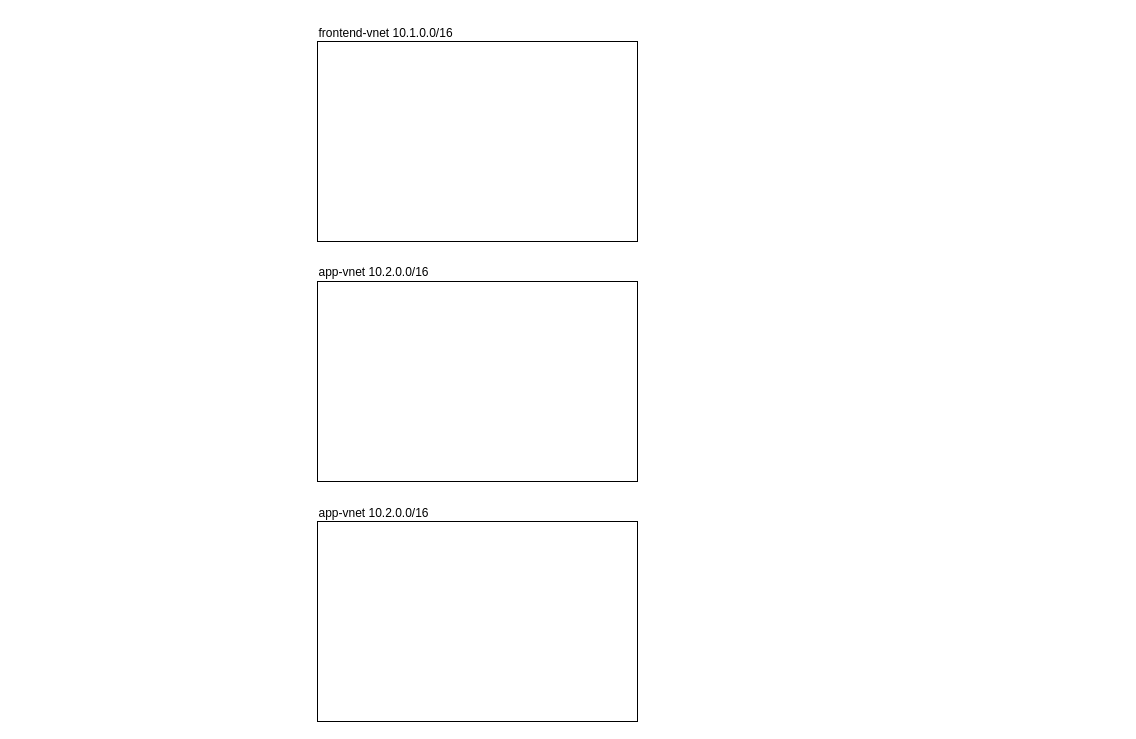
Before: az_lb_App_3layers.drawio in CallmeVRM/azure-LB02, a draw.io diagram. Source tidied: cells renumbered, new cells numbered last; positions are measured from the earlier drawing's top-left corner, leaving out a move shared by most shapes. Both pictures are drawn from the tidied source at 100%, with x=0, y=0 at pixel (305, 18).
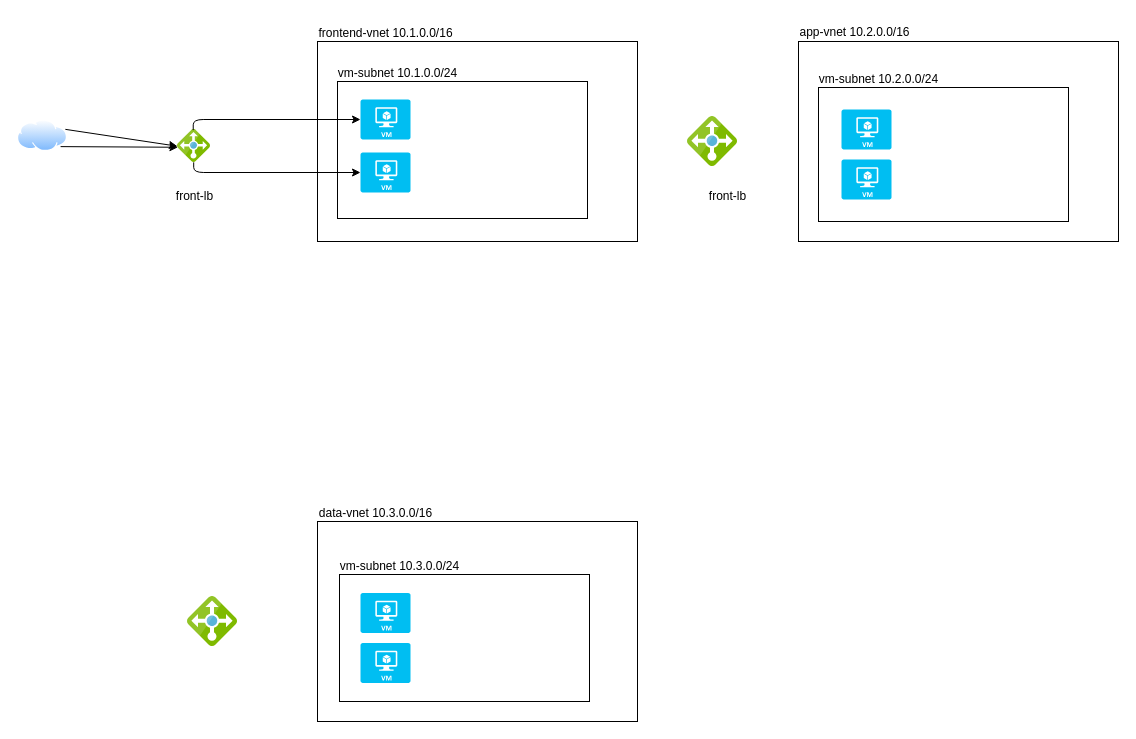
Above is the later version.

What changed in the source:
```diff
@@
     <mxCell id="4" style="rounded=0;whiteSpace=wrap;html=1;" parent="1" vertex="1">
-      <mxGeometry x="12" y="263" width="320" height="200" as="geometry" />
+      <mxGeometry x="493" y="23" width="320" height="200" as="geometry" />
     </mxCell>
@@
     <mxCell id="6" value="app-vnet 10.2.0.0/16" style="text;html=1;align=center;verticalAlign=middle;strokeColor=none;fillColor=none;" parent="1" vertex="1">
-      <mxGeometry x="3" y="239" width="130" height="30" as="geometry" />
+      <mxGeometry x="484" y="-1" width="130" height="30" as="geometry" />
     </mxCell>
-    <mxCell id="7" value="app-vnet 10.2.0.0/16" style="text;html=1;align=center;verticalAlign=middle;strokeColor=none;fillColor=none;" parent="1" vertex="1">
-      <mxGeometry x="3" y="480" width="130" height="30" as="geometry" />
+    <mxCell id="7" value="data-vnet 10.3.0.0/16" style="text;html=1;align=center;verticalAlign=middle;strokeColor=none;fillColor=none;" parent="1" vertex="1">
+      <mxGeometry y="480" width="140" height="30" as="geometry" />
     </mxCell>
+    <mxCell id="8" style="image;sketch=0;html=1;points=[];align=center;fontSize=12;image=img/lib/mscae/Load_Balancer_feature.svg;" parent="1" vertex="1">
+      <mxGeometry x="-128" y="111" width="33" height="33" as="geometry" />
+    </mxCell>
+    <mxCell id="9" style="image;sketch=0;html=1;align=center;fontSize=12;image=img/lib/mscae/Load_Balancer_feature.svg;" parent="1" vertex="1">
+      <mxGeometry x="382" y="98" width="50" height="50" as="geometry" />
+    </mxCell>
+    <mxCell id="10" style="image;sketch=0;html=1;align=center;fontSize=12;image=img/lib/mscae/Load_Balancer_feature.svg;" parent="1" vertex="1">
+      <mxGeometry x="-118" y="578" width="50" height="50" as="geometry" />
+    </mxCell>
+    <mxCell id="11" style="rounded=0;whiteSpace=wrap;html=1;" parent="1" vertex="1">
+      <mxGeometry x="32" y="63" width="250" height="137" as="geometry" />
+    </mxCell>
+    <mxCell id="12" value="vm-subnet 10.1.0.0/24" style="text;html=1;align=center;verticalAlign=middle;strokeColor=none;fillColor=none;" parent="1" vertex="1">
+      <mxGeometry x="22" y="40" width="140" height="30" as="geometry" />
+    </mxCell>
+    <mxCell id="13" style="verticalLabelPosition=bottom;html=1;verticalAlign=top;align=center;strokeColor=none;fillColor=#00BEF2;shape=mxgraph.azure.virtual_machine;" parent="1" vertex="1">
+      <mxGeometry x="55" y="81" width="50" height="40" as="geometry" />
+    </mxCell>
+    <mxCell id="14" style="verticalLabelPosition=bottom;html=1;verticalAlign=top;align=center;strokeColor=none;fillColor=#00BEF2;shape=mxgraph.azure.virtual_machine;" parent="1" vertex="1">
+      <mxGeometry x="55" y="134" width="50" height="40" as="geometry" />
+    </mxCell>
+    <mxCell id="15" style="rounded=0;whiteSpace=wrap;html=1;" parent="1" vertex="1">
+      <mxGeometry x="513" y="69" width="250" height="134" as="geometry" />
+    </mxCell>
+    <mxCell id="16" value="vm-subnet 10.2.0.0/24" style="text;html=1;align=center;verticalAlign=middle;strokeColor=none;fillColor=none;" parent="1" vertex="1">
+      <mxGeometry x="503" y="46" width="140" height="30" as="geometry" />
+    </mxCell>
+    <mxCell id="17" style="verticalLabelPosition=bottom;html=1;verticalAlign=top;align=center;strokeColor=none;fillColor=#00BEF2;shape=mxgraph.azure.virtual_machine;" parent="1" vertex="1">
+      <mxGeometry x="536" y="141" width="50" height="40" as="geometry" />
+    </mxCell>
+    <mxCell id="18" style="verticalLabelPosition=bottom;html=1;verticalAlign=top;align=center;strokeColor=none;fillColor=#00BEF2;shape=mxgraph.azure.virtual_machine;" parent="1" vertex="1">
+      <mxGeometry x="536" y="91" width="50" height="40" as="geometry" />
+    </mxCell>
+    <mxCell id="19" style="rounded=0;whiteSpace=wrap;html=1;" parent="1" vertex="1">
+      <mxGeometry x="34" y="556" width="250" height="127" as="geometry" />
+    </mxCell>
+    <mxCell id="20" value="vm-subnet 10.3.0.0/24" style="text;html=1;align=center;verticalAlign=middle;strokeColor=none;fillColor=none;" parent="1" vertex="1">
+      <mxGeometry x="24" y="533" width="140" height="30" as="geometry" />
+    </mxCell>
+    <mxCell id="21" style="verticalLabelPosition=bottom;html=1;verticalAlign=top;align=center;strokeColor=none;fillColor=#00BEF2;shape=mxgraph.azure.virtual_machine;" parent="1" vertex="1">
+      <mxGeometry x="55" y="624.5" width="50" height="40" as="geometry" />
+    </mxCell>
+    <mxCell id="22" style="verticalLabelPosition=bottom;html=1;verticalAlign=top;align=center;strokeColor=none;fillColor=#00BEF2;shape=mxgraph.azure.virtual_machine;" parent="1" vertex="1">
+      <mxGeometry x="55" y="574.5" width="50" height="40" as="geometry" />
+    </mxCell>
+    <mxCell id="23" style="edgeStyle=orthogonalEdgeStyle;html=1;entryX=0;entryY=0.5;entryDx=0;entryDy=0;entryPerimeter=0;exitX=0.477;exitY=0.019;exitDx=0;exitDy=0;exitPerimeter=0;" parent="1" edge="1" source="8" target="13">
+      <mxGeometry relative="1" as="geometry" />
+    </mxCell>
+    <mxCell id="24" style="image;perimeter=ellipsePerimeter;html=1;align=center;shadow=0;dashed=0;spacingTop=3;image=img/lib/active_directory/internet_cloud.svg;" parent="1" vertex="1">
+      <mxGeometry x="-288" y="101.5" width="50" height="31.5" as="geometry" />
+    </mxCell>
+    <mxCell id="25" style="edgeStyle=orthogonalEdgeStyle;html=1;entryX=0;entryY=0.5;entryDx=0;entryDy=0;entryPerimeter=0;exitX=0.491;exitY=0.995;exitDx=0;exitDy=0;exitPerimeter=0;" parent="1" edge="1" source="8" target="14">
+      <mxGeometry relative="1" as="geometry" />
+    </mxCell>
+    <mxCell id="26" value="front-lb" style="text;html=1;align=center;verticalAlign=middle;strokeColor=none;fillColor=none;" parent="1" vertex="1">
+      <mxGeometry x="-141.5" y="163" width="60" height="30" as="geometry" />
+    </mxCell>
+    <mxCell id="27" value="front-lb" style="text;html=1;align=center;verticalAlign=middle;strokeColor=none;fillColor=none;" parent="1" vertex="1">
+      <mxGeometry x="392" y="163" width="60" height="30" as="geometry" />
+    </mxCell>
+    <mxCell id="28" style="edgeStyle=none;html=1;exitX=1;exitY=0.25;exitDx=0;exitDy=0;entryX=-0.002;entryY=0.507;entryDx=0;entryDy=0;entryPerimeter=0;" parent="1" edge="1" source="24" target="8">
+      <mxGeometry relative="1" as="geometry" />
+    </mxCell>
+    <mxCell id="29" style="edgeStyle=none;html=1;exitX=1;exitY=1;exitDx=0;exitDy=0;entryX=0.013;entryY=0.538;entryDx=0;entryDy=0;entryPerimeter=0;" parent="1" edge="1" source="24" target="8">
+      <mxGeometry relative="1" as="geometry" />
+    </mxCell>
```
